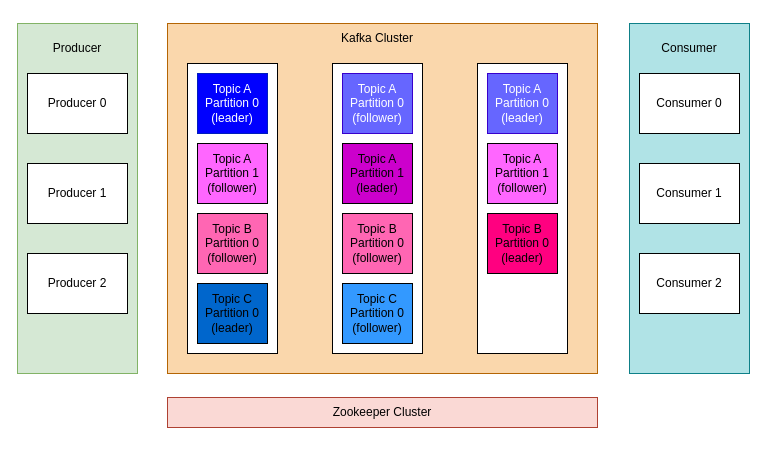
This is page "kafka结构" (6 of 6) of kafka/kafka.drawio from josek43326/draw.io, a draw.io file, before an edit. Source tidied: cells renumbered, new cells numbered last; positions are measured from the earlier drawing's top-left corner, leaving out a move shared by most shapes. Both pictures are drawn from the tidied source at 100%, with x=0, y=0 at pixel (17, 23).
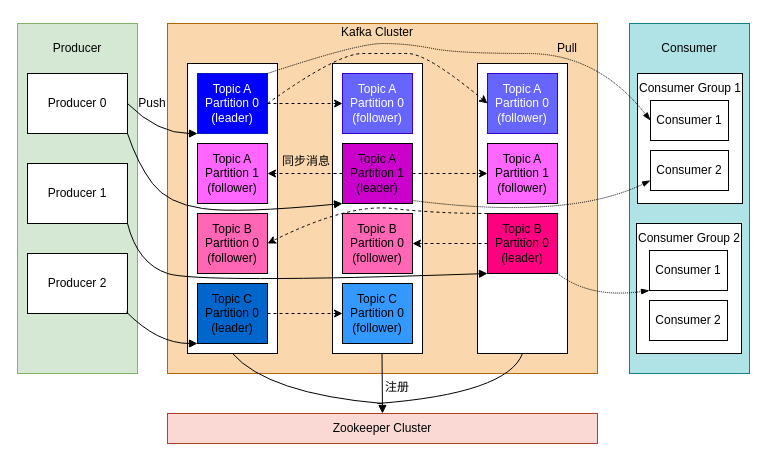
Above is the later version.

Unchanged cells that the change refers to:
```xml
<mxCell id="4" value="Producer 0" style="rounded=0;whiteSpace=wrap;html=1;" parent="1" vertex="1">
  <mxGeometry x="10" y="50" width="100" height="60" as="geometry" />
</mxCell>
<mxCell id="5" value="Producer 1" style="rounded=0;whiteSpace=wrap;html=1;" parent="1" vertex="1">
  <mxGeometry x="10" y="140" width="100" height="60" as="geometry" />
</mxCell>
<mxCell id="13" style="rounded=0;whiteSpace=wrap;html=1;" parent="1" vertex="1">
  <mxGeometry x="170" y="40" width="90" height="290" as="geometry" />
</mxCell>
<mxCell id="15" value="Topic A&lt;br&gt;Partition 0&lt;br&gt;(leader)" style="rounded=0;whiteSpace=wrap;html=1;fillColor=#0000FF;fontColor=#ffffff;strokeColor=#001DBC;" parent="1" vertex="1">
  <mxGeometry x="180" y="50" width="70" height="60" as="geometry" />
</mxCell>
<mxCell id="16" value="Topic A&lt;br&gt;Partition 1&lt;br&gt;(follower)" style="rounded=0;whiteSpace=wrap;html=1;fillColor=#FF66FF;" parent="1" vertex="1">
  <mxGeometry x="180" y="120" width="70" height="60" as="geometry" />
</mxCell>
<mxCell id="17" value="Topic B&lt;br&gt;Partition 0&lt;br&gt;(follower)" style="rounded=0;whiteSpace=wrap;html=1;fillColor=#FF66B3;" parent="1" vertex="1">
  <mxGeometry x="180" y="190" width="70" height="60" as="geometry" />
</mxCell>
<mxCell id="18" value="Topic C&lt;br&gt;Partition 0&lt;br&gt;(leader)" style="rounded=0;whiteSpace=wrap;html=1;fillColor=#0066CC;" parent="1" vertex="1">
  <mxGeometry x="180" y="260" width="70" height="60" as="geometry" />
</mxCell>
<mxCell id="21" value="Topic A&lt;br&gt;Partition 0&lt;br&gt;(follower)" style="rounded=0;whiteSpace=wrap;html=1;fillColor=#6666FF;fontColor=#ffffff;strokeColor=#3700CC;" parent="1" vertex="1">
  <mxGeometry x="325" y="50" width="70" height="60" as="geometry" />
</mxCell>
<mxCell id="22" value="Topic A&lt;br&gt;Partition 1&lt;br&gt;(leader)" style="rounded=0;whiteSpace=wrap;html=1;fillColor=#CC00CC;" parent="1" vertex="1">
  <mxGeometry x="325" y="120" width="70" height="60" as="geometry" />
</mxCell>
<mxCell id="23" value="Topic B&lt;br&gt;Partition 0&lt;br&gt;(follower)" style="rounded=0;whiteSpace=wrap;html=1;fillColor=#FF66B3;" parent="1" vertex="1">
  <mxGeometry x="325" y="190" width="70" height="60" as="geometry" />
</mxCell>
<mxCell id="24" value="Topic C&lt;br&gt;Partition 0&lt;br&gt;(follower)" style="rounded=0;whiteSpace=wrap;html=1;fillColor=#3399FF;" parent="1" vertex="1">
  <mxGeometry x="325" y="260" width="70" height="60" as="geometry" />
</mxCell>
<mxCell id="25" style="rounded=0;whiteSpace=wrap;html=1;" parent="1" vertex="1">
  <mxGeometry x="460" y="40" width="90" height="290" as="geometry" />
</mxCell>
<mxCell id="27" value="Topic A&lt;br&gt;Partition 1&lt;br&gt;(follower)" style="rounded=0;whiteSpace=wrap;html=1;fillColor=#FF66FF;" parent="1" vertex="1">
  <mxGeometry x="470" y="120" width="70" height="60" as="geometry" />
</mxCell>
<mxCell id="28" value="Topic B&lt;br&gt;Partition 0&lt;br&gt;(leader)" style="rounded=0;whiteSpace=wrap;html=1;fillColor=#FF0080;" parent="1" vertex="1">
  <mxGeometry x="470" y="190" width="70" height="60" as="geometry" />
</mxCell>
```

Diff of the diagram source:
```diff
@@
-    <mxCell id="9" value="Consumer&amp;nbsp;0" style="rounded=0;whiteSpace=wrap;html=1;" parent="1" vertex="1">
-      <mxGeometry x="622" y="50" width="100" height="60" as="geometry" />
+    <mxCell id="9" style="rounded=0;whiteSpace=wrap;html=1;" parent="1" vertex="1">
+      <mxGeometry x="620" y="50" width="105" height="130" as="geometry" />
     </mxCell>
-    <mxCell id="10" value="Consumer 1" style="rounded=0;whiteSpace=wrap;html=1;" parent="1" vertex="1">
-      <mxGeometry x="622" y="140" width="100" height="60" as="geometry" />
-    </mxCell>
-    <mxCell id="11" value="Consumer&amp;nbsp;2" style="rounded=0;whiteSpace=wrap;html=1;" parent="1" vertex="1">
-      <mxGeometry x="622" y="230" width="100" height="60" as="geometry" />
-    </mxCell>
@@
     <mxCell id="14" value="Kafka Cluster" style="text;html=1;strokeColor=none;fillColor=none;align=center;verticalAlign=middle;whiteSpace=wrap;rounded=0;" parent="1" vertex="1">
-      <mxGeometry x="315" width="90" height="30" as="geometry" />
+      <mxGeometry x="315" y="-6" width="90" height="30" as="geometry" />
     </mxCell>
@@
     <mxCell id="19" value="Zookeeper Cluster" style="rounded=0;whiteSpace=wrap;html=1;fillColor=#fad9d5;strokeColor=#ae4132;" parent="1" vertex="1">
-      <mxGeometry x="150" y="374" width="430" height="30" as="geometry" />
+      <mxGeometry x="150" y="390" width="430" height="30" as="geometry" />
     </mxCell>
@@
-    <mxCell id="26" value="Topic A&lt;br&gt;Partition 0&lt;br&gt;(leader)" style="rounded=0;whiteSpace=wrap;html=1;fillColor=#6666FF;fontColor=#ffffff;strokeColor=#3700CC;" parent="1" vertex="1">
+    <mxCell id="26" value="Topic A&lt;br&gt;Partition 0&lt;br&gt;(follower)" style="rounded=0;whiteSpace=wrap;html=1;fillColor=#6666FF;fontColor=#ffffff;strokeColor=#3700CC;" parent="1" vertex="1">
       <mxGeometry x="470" y="50" width="70" height="60" as="geometry" />
     </mxCell>
@@
+    <mxCell id="29" value="Consumer 1" style="rounded=0;whiteSpace=wrap;html=1;" parent="1" vertex="1">
+      <mxGeometry x="633" y="77" width="78" height="40" as="geometry" />
+    </mxCell>
+    <mxCell id="30" value="Consumer 2" style="rounded=0;whiteSpace=wrap;html=1;" parent="1" vertex="1">
+      <mxGeometry x="633" y="127" width="78" height="40" as="geometry" />
+    </mxCell>
+    <mxCell id="31" value="Consumer Group 1" style="text;html=1;strokeColor=none;fillColor=none;align=center;verticalAlign=middle;whiteSpace=wrap;rounded=0;" parent="1" vertex="1">
+      <mxGeometry x="620" y="50" width="106" height="30" as="geometry" />
+    </mxCell>
+    <mxCell id="32" style="rounded=0;whiteSpace=wrap;html=1;" parent="1" vertex="1">
+      <mxGeometry x="619" y="200" width="105" height="130" as="geometry" />
+    </mxCell>
+    <mxCell id="33" value="Consumer 1" style="rounded=0;whiteSpace=wrap;html=1;" parent="1" vertex="1">
+      <mxGeometry x="632" y="227" width="78" height="40" as="geometry" />
+    </mxCell>
+    <mxCell id="34" value="Consumer 2" style="rounded=0;whiteSpace=wrap;html=1;" parent="1" vertex="1">
+      <mxGeometry x="632" y="277" width="78" height="40" as="geometry" />
+    </mxCell>
+    <mxCell id="35" value="Consumer Group 2" style="text;html=1;strokeColor=none;fillColor=none;align=center;verticalAlign=middle;whiteSpace=wrap;rounded=0;" parent="1" vertex="1">
+      <mxGeometry x="619" y="200" width="106" height="30" as="geometry" />
+    </mxCell>
+    <mxCell id="36" style="curved=1;endArrow=block;html=1;rounded=0;exitX=1;exitY=0.5;exitDx=0;exitDy=0;entryX=0;entryY=1;entryDx=0;entryDy=0;endFill=1;" parent="1" edge="1" source="4" target="15">
+      <mxGeometry relative="1" as="geometry">
+        <Array as="points">
+          <mxPoint x="140" y="110" />
+        </Array>
+      </mxGeometry>
+    </mxCell>
+    <mxCell id="37" style="curved=1;endArrow=block;html=1;rounded=0;exitX=1;exitY=1;exitDx=0;exitDy=0;entryX=0;entryY=1;entryDx=0;entryDy=0;endFill=1;" parent="1" edge="1" source="4" target="22">
+      <mxGeometry relative="1" as="geometry">
+        <Array as="points">
+          <mxPoint x="120" y="140" />
+          <mxPoint x="150" y="180" />
+          <mxPoint x="220" y="190" />
+        </Array>
+      </mxGeometry>
+    </mxCell>
+    <mxCell id="38" style="curved=1;endArrow=block;html=1;rounded=0;exitX=1;exitY=1;exitDx=0;exitDy=0;endFill=1;" parent="1" edge="1" source="5">
+      <mxGeometry relative="1" as="geometry">
+        <mxPoint x="470" y="250" as="targetPoint" />
+        <Array as="points">
+          <mxPoint x="120" y="240" />
+          <mxPoint x="180" y="260" />
+        </Array>
+      </mxGeometry>
+    </mxCell>
+    <mxCell id="39" style="curved=1;endArrow=block;html=1;rounded=0;exitX=1;exitY=0.5;exitDx=0;exitDy=0;entryX=0;entryY=1;entryDx=0;entryDy=0;endFill=1;" parent="1" edge="1" target="18">
+      <mxGeometry relative="1" as="geometry">
+        <mxPoint x="108.8" y="288.4" as="sourcePoint" />
+        <Array as="points">
+          <mxPoint x="140" y="320" />
+        </Array>
+      </mxGeometry>
+    </mxCell>
+    <mxCell id="40" style="endArrow=classic;html=1;rounded=0;exitX=1;exitY=0.5;exitDx=0;exitDy=0;entryX=0;entryY=0.5;entryDx=0;entryDy=0;dashed=1;" parent="1" edge="1" source="15" target="21">
+      <mxGeometry relative="1" as="geometry" />
+    </mxCell>
+    <mxCell id="41" style="curved=1;endArrow=classic;html=1;rounded=0;dashed=1;exitX=1;exitY=0.5;exitDx=0;exitDy=0;entryX=0;entryY=0.5;entryDx=0;entryDy=0;" parent="1" edge="1" source="15" target="26">
+      <mxGeometry relative="1" as="geometry">
+        <Array as="points">
+          <mxPoint x="320" y="30" />
+          <mxPoint x="370" y="30" />
+          <mxPoint x="410" y="30" />
+        </Array>
+      </mxGeometry>
+    </mxCell>
+    <mxCell id="42" style="curved=1;endArrow=blockThin;html=1;rounded=0;dashed=1;exitX=1;exitY=0;exitDx=0;exitDy=0;entryX=0;entryY=0.5;entryDx=0;entryDy=0;dashPattern=1 1;endFill=1;" parent="1" edge="1" source="15" target="29">
+      <mxGeometry relative="1" as="geometry">
+        <Array as="points">
+          <mxPoint x="340" y="20" />
+          <mxPoint x="390" y="20" />
+          <mxPoint x="440" y="30" />
+          <mxPoint x="580" y="30" />
+        </Array>
+      </mxGeometry>
+    </mxCell>
+    <mxCell id="43" style="endArrow=classic;html=1;rounded=0;dashed=1;entryX=1;entryY=0.5;entryDx=0;entryDy=0;exitX=0;exitY=0.5;exitDx=0;exitDy=0;" parent="1" edge="1" source="22" target="16">
+      <mxGeometry relative="1" as="geometry" />
+    </mxCell>
+    <mxCell id="44" style="endArrow=classic;html=1;rounded=0;dashed=1;entryX=0;entryY=0.5;entryDx=0;entryDy=0;exitX=1;exitY=0.5;exitDx=0;exitDy=0;" parent="1" edge="1" source="22" target="27">
+      <mxGeometry relative="1" as="geometry" />
+    </mxCell>
+    <mxCell id="45" style="endArrow=classic;html=1;rounded=0;dashed=1;exitX=0;exitY=0.5;exitDx=0;exitDy=0;entryX=1;entryY=0.5;entryDx=0;entryDy=0;" parent="1" edge="1" source="28" target="23">
+      <mxGeometry relative="1" as="geometry" />
+    </mxCell>
+    <mxCell id="46" style="curved=1;endArrow=classic;html=1;rounded=0;dashed=1;exitX=0;exitY=0;exitDx=0;exitDy=0;entryX=1;entryY=0.5;entryDx=0;entryDy=0;" parent="1" edge="1" source="28" target="17">
+      <mxGeometry relative="1" as="geometry">
+        <Array as="points">
+          <mxPoint x="420" y="190" />
+          <mxPoint x="330" y="180" />
+        </Array>
+      </mxGeometry>
+    </mxCell>
+    <mxCell id="47" style="endArrow=classic;html=1;rounded=0;dashed=1;exitX=1;exitY=0.5;exitDx=0;exitDy=0;entryX=0;entryY=0.5;entryDx=0;entryDy=0;" parent="1" edge="1" source="18" target="24">
+      <mxGeometry relative="1" as="geometry" />
+    </mxCell>
+    <mxCell id="48" value="Push" style="text;html=1;strokeColor=none;fillColor=none;align=center;verticalAlign=middle;whiteSpace=wrap;rounded=0;" parent="1" vertex="1">
+      <mxGeometry x="105" y="65" width="60" height="30" as="geometry" />
+    </mxCell>
+    <mxCell id="49" style="curved=1;endArrow=none;html=1;rounded=0;exitX=0.5;exitY=1;exitDx=0;exitDy=0;endFill=0;" parent="1" edge="1" source="13">
+      <mxGeometry relative="1" as="geometry">
+        <mxPoint x="365" y="380" as="targetPoint" />
+        <Array as="points">
+          <mxPoint x="250" y="370" />
+        </Array>
+      </mxGeometry>
+    </mxCell>
+    <mxCell id="50" style="curved=1;endArrow=none;html=1;rounded=0;exitX=0.5;exitY=1;exitDx=0;exitDy=0;endFill=0;" parent="1" edge="1" source="25">
+      <mxGeometry relative="1" as="geometry">
+        <mxPoint x="360" y="380" as="targetPoint" />
+        <Array as="points">
+          <mxPoint x="490" y="370" />
+        </Array>
+      </mxGeometry>
+    </mxCell>
+    <mxCell id="51" style="endArrow=block;html=1;rounded=0;entryX=0.5;entryY=0;entryDx=0;entryDy=0;endFill=1;" parent="1" edge="1" target="19">
+      <mxGeometry relative="1" as="geometry">
+        <mxPoint x="364.5" y="330" as="sourcePoint" />
+      </mxGeometry>
+    </mxCell>
+    <mxCell id="52" value="注册" style="text;html=1;strokeColor=none;fillColor=none;align=center;verticalAlign=middle;whiteSpace=wrap;rounded=0;" parent="1" vertex="1">
+      <mxGeometry x="350" y="349" width="60" height="30" as="geometry" />
+    </mxCell>
+    <mxCell id="53" style="curved=1;endArrow=blockThin;html=1;rounded=0;exitX=1;exitY=1;exitDx=0;exitDy=0;dashed=1;dashPattern=1 1;entryX=0;entryY=0.75;entryDx=0;entryDy=0;endFill=1;" parent="1" edge="1" target="30">
+      <mxGeometry relative="1" as="geometry">
+        <mxPoint x="395" y="177" as="sourcePoint" />
+        <Array as="points">
+          <mxPoint x="550" y="197" />
+        </Array>
+      </mxGeometry>
+    </mxCell>
+    <mxCell id="54" style="curved=1;endArrow=blockThin;html=1;rounded=0;dashed=1;exitX=1;exitY=1;exitDx=0;exitDy=0;entryX=0;entryY=1;entryDx=0;entryDy=0;dashPattern=1 1;endFill=1;" parent="1" edge="1" source="28" target="33">
+      <mxGeometry relative="1" as="geometry">
+        <Array as="points">
+          <mxPoint x="572" y="275" />
+        </Array>
+      </mxGeometry>
+    </mxCell>
+    <mxCell id="55" value="Pull" style="text;html=1;strokeColor=none;fillColor=none;align=center;verticalAlign=middle;whiteSpace=wrap;rounded=0;" parent="1" vertex="1">
+      <mxGeometry x="520" y="10" width="60" height="30" as="geometry" />
+    </mxCell>
+    <mxCell id="56" value="同步消息" style="text;html=1;strokeColor=none;fillColor=none;align=center;verticalAlign=middle;whiteSpace=wrap;rounded=0;" parent="1" vertex="1">
+      <mxGeometry x="259" y="123" width="60" height="30" as="geometry" />
+    </mxCell>
```
